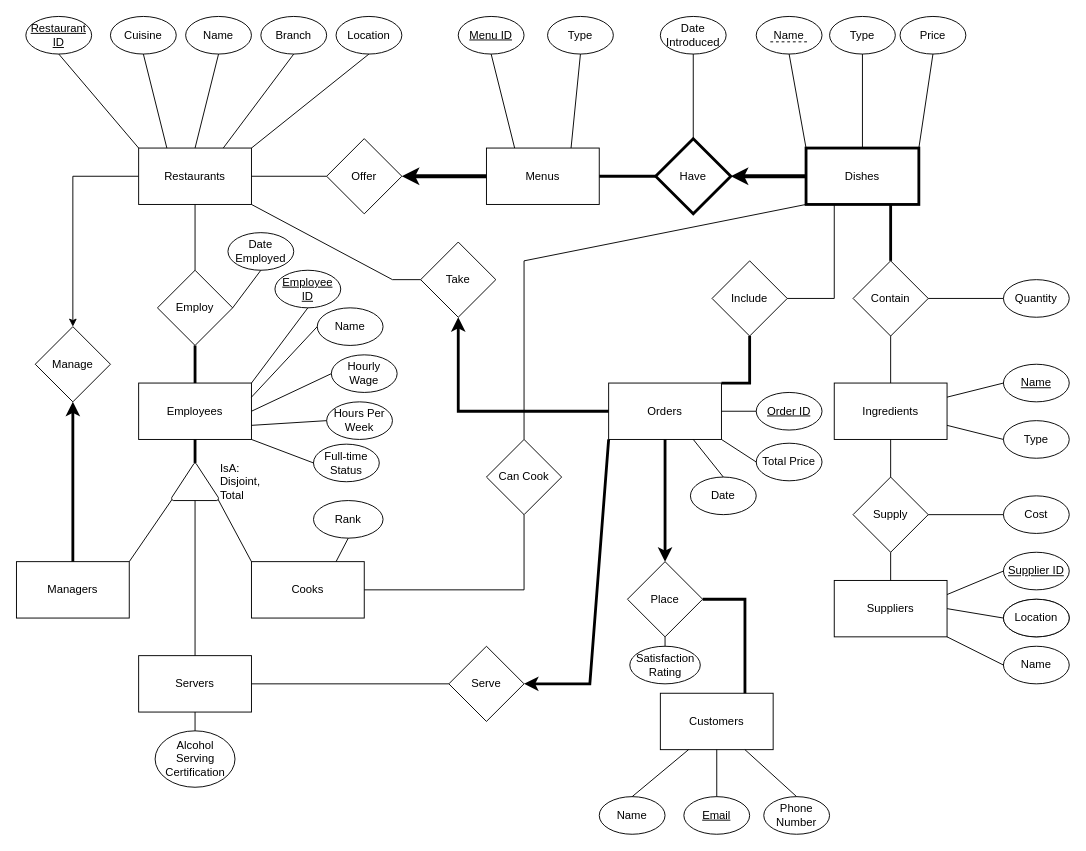
jwonghk/Restaurant_Database_Application keeps this draw.io diagram as Milestone 1 - ER Diagram.drawio. Above is the earlier version. Source tidied: cells renumbered, new cells numbered last; positions are measured from the earlier drawing's top-left corner, leaving out a move shared by most shapes. Both pictures are drawn from the tidied source at 94%, with x=0, y=0 at pixel (16, 16).
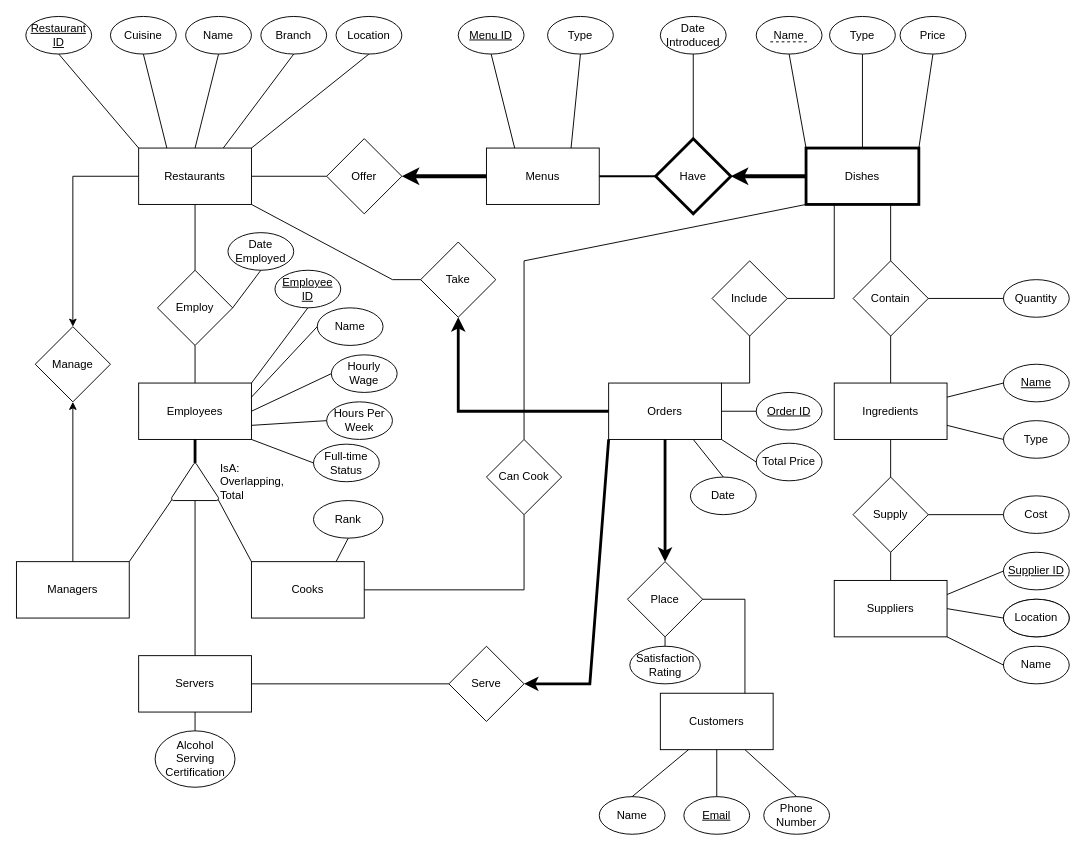
Above is the later version.

Unchanged cells that the change refers to:
```xml
<mxCell id="4" value="Menus" style="rounded=0;whiteSpace=wrap;html=1;" parent="1" vertex="1">
  <mxGeometry x="500" y="140" width="120" height="60" as="geometry" />
</mxCell>
<mxCell id="7" value="Employees" style="rounded=0;whiteSpace=wrap;html=1;" parent="1" vertex="1">
  <mxGeometry x="130" y="390" width="120" height="60" as="geometry" />
</mxCell>
<mxCell id="8" value="Customers" style="rounded=0;whiteSpace=wrap;html=1;" parent="1" vertex="1">
  <mxGeometry x="685" y="720" width="120" height="60" as="geometry" />
</mxCell>
<mxCell id="9" value="Orders" style="rounded=0;whiteSpace=wrap;html=1;" parent="1" vertex="1">
  <mxGeometry x="630" y="390" width="120" height="60" as="geometry" />
</mxCell>
<mxCell id="25" value="Dishes" style="rounded=0;whiteSpace=wrap;html=1;strokeWidth=3;" parent="1" vertex="1">
  <mxGeometry x="840" y="140" width="120" height="60" as="geometry" />
</mxCell>
<mxCell id="26" value="Have" style="rhombus;whiteSpace=wrap;html=1;strokeWidth=3;" parent="1" vertex="1">
  <mxGeometry x="680" y="130" width="80" height="80" as="geometry" />
</mxCell>
<mxCell id="33" value="Contain" style="rhombus;whiteSpace=wrap;html=1;" parent="1" vertex="1">
  <mxGeometry x="890" y="260" width="80" height="80" as="geometry" />
</mxCell>
<mxCell id="40" value="Managers" style="rounded=0;whiteSpace=wrap;html=1;" parent="1" vertex="1">
  <mxGeometry y="580" width="120" height="60" as="geometry" />
</mxCell>
<mxCell id="47" value="Employ" style="rhombus;whiteSpace=wrap;html=1;" parent="1" vertex="1">
  <mxGeometry x="150" y="270" width="80" height="80" as="geometry" />
</mxCell>
<mxCell id="68" value="Manage" style="rhombus;whiteSpace=wrap;html=1;" parent="1" vertex="1">
  <mxGeometry x="20" y="330" width="80" height="80" as="geometry" />
</mxCell>
<mxCell id="79" value="Include" style="rhombus;whiteSpace=wrap;html=1;" parent="1" vertex="1">
  <mxGeometry x="740" y="260" width="80" height="80" as="geometry" />
</mxCell>
<mxCell id="92" value="Place" style="rhombus;whiteSpace=wrap;html=1;" parent="1" vertex="1">
  <mxGeometry x="650" y="580" width="80" height="80" as="geometry" />
</mxCell>
```

Diff of the diagram source:
```diff
@@
-    <mxCell id="28" style="endArrow=none;html=1;rounded=0;exitX=1;exitY=0.5;exitDx=0;exitDy=0;entryX=0;entryY=0.5;entryDx=0;entryDy=0;strokeWidth=3;" parent="1" edge="1" source="4" target="26">
+    <mxCell id="28" style="endArrow=none;html=1;rounded=0;exitX=1;exitY=0.5;exitDx=0;exitDy=0;entryX=0;entryY=0.5;entryDx=0;entryDy=0;strokeWidth=2;" parent="1" edge="1" source="4" target="26">
       <mxGeometry relative="1" as="geometry" />
     </mxCell>
@@
-    <mxCell id="34" style="endArrow=none;html=1;rounded=0;exitX=0.5;exitY=0;exitDx=0;exitDy=0;entryX=0.75;entryY=1;entryDx=0;entryDy=0;strokeWidth=3;" parent="1" edge="1" source="33" target="25">
+    <mxCell id="34" style="endArrow=none;html=1;rounded=0;exitX=0.5;exitY=0;exitDx=0;exitDy=0;entryX=0.75;entryY=1;entryDx=0;entryDy=0;strokeWidth=1;" parent="1" edge="1" source="33" target="25">
       <mxGeometry relative="1" as="geometry" />
     </mxCell>
@@
-    <mxCell id="39" value="IsA: Disjoint, Total" style="strokeWidth=1;html=1;shape=mxgraph.flowchart.extract_or_measurement;whiteSpace=wrap;labelPosition=right;verticalLabelPosition=middle;align=left;verticalAlign=middle;" parent="1" vertex="1">
+    <mxCell id="39" value="IsA: Overlapping, Total" style="strokeWidth=1;html=1;shape=mxgraph.flowchart.extract_or_measurement;whiteSpace=wrap;labelPosition=right;verticalLabelPosition=middle;align=left;verticalAlign=middle;" parent="1" vertex="1">
       <mxGeometry x="165" y="475" width="50" height="40" as="geometry" />
     </mxCell>
@@
-    <mxCell id="49" style="endArrow=none;html=1;rounded=0;entryX=0.5;entryY=1;entryDx=0;entryDy=0;exitX=0.5;exitY=0;exitDx=0;exitDy=0;strokeWidth=3;" parent="1" edge="1" source="7" target="47">
+    <mxCell id="49" style="endArrow=none;html=1;rounded=0;entryX=0.5;entryY=1;entryDx=0;entryDy=0;exitX=0.5;exitY=0;exitDx=0;exitDy=0;strokeWidth=1;" parent="1" edge="1" source="7" target="47">
       <mxGeometry relative="1" as="geometry" />
     </mxCell>
@@
-    <mxCell id="69" style="endArrow=classic;html=1;rounded=0;exitX=0.5;exitY=0;exitDx=0;exitDy=0;entryX=0.5;entryY=1;entryDx=0;entryDy=0;fontSize=11;strokeWidth=3;" parent="1" edge="1" source="40" target="68">
+    <mxCell id="69" style="endArrow=classic;html=1;rounded=0;exitX=0.5;exitY=0;exitDx=0;exitDy=0;entryX=0.5;entryY=1;entryDx=0;entryDy=0;fontSize=11;strokeWidth=1;" parent="1" edge="1" source="40" target="68">
       <mxGeometry relative="1" as="geometry" />
     </mxCell>
@@
-    <mxCell id="80" style="endArrow=none;html=1;rounded=0;entryX=0.5;entryY=1;entryDx=0;entryDy=0;exitX=1;exitY=0;exitDx=0;exitDy=0;strokeWidth=3;" parent="1" edge="1" source="9" target="79">
+    <mxCell id="80" style="endArrow=none;html=1;rounded=0;entryX=0.5;entryY=1;entryDx=0;entryDy=0;exitX=1;exitY=0;exitDx=0;exitDy=0;strokeWidth=1;" parent="1" edge="1" source="9" target="79">
       <mxGeometry relative="1" as="geometry">
         <Array as="points">
           <mxPoint x="780" y="390" />
         </Array>
       </mxGeometry>
     </mxCell>
@@
-    <mxCell id="94" style="endArrow=none;html=1;rounded=0;exitX=1;exitY=0.5;exitDx=0;exitDy=0;entryX=0.75;entryY=0;entryDx=0;entryDy=0;strokeWidth=3;" parent="1" edge="1" source="92" target="8">
+    <mxCell id="94" style="endArrow=none;html=1;rounded=0;exitX=1;exitY=0.5;exitDx=0;exitDy=0;entryX=0.75;entryY=0;entryDx=0;entryDy=0;strokeWidth=1;" parent="1" edge="1" source="92" target="8">
       <mxGeometry relative="1" as="geometry">
         <Array as="points">
           <mxPoint x="775" y="620" />
         </Array>
       </mxGeometry>
     </mxCell>
```
